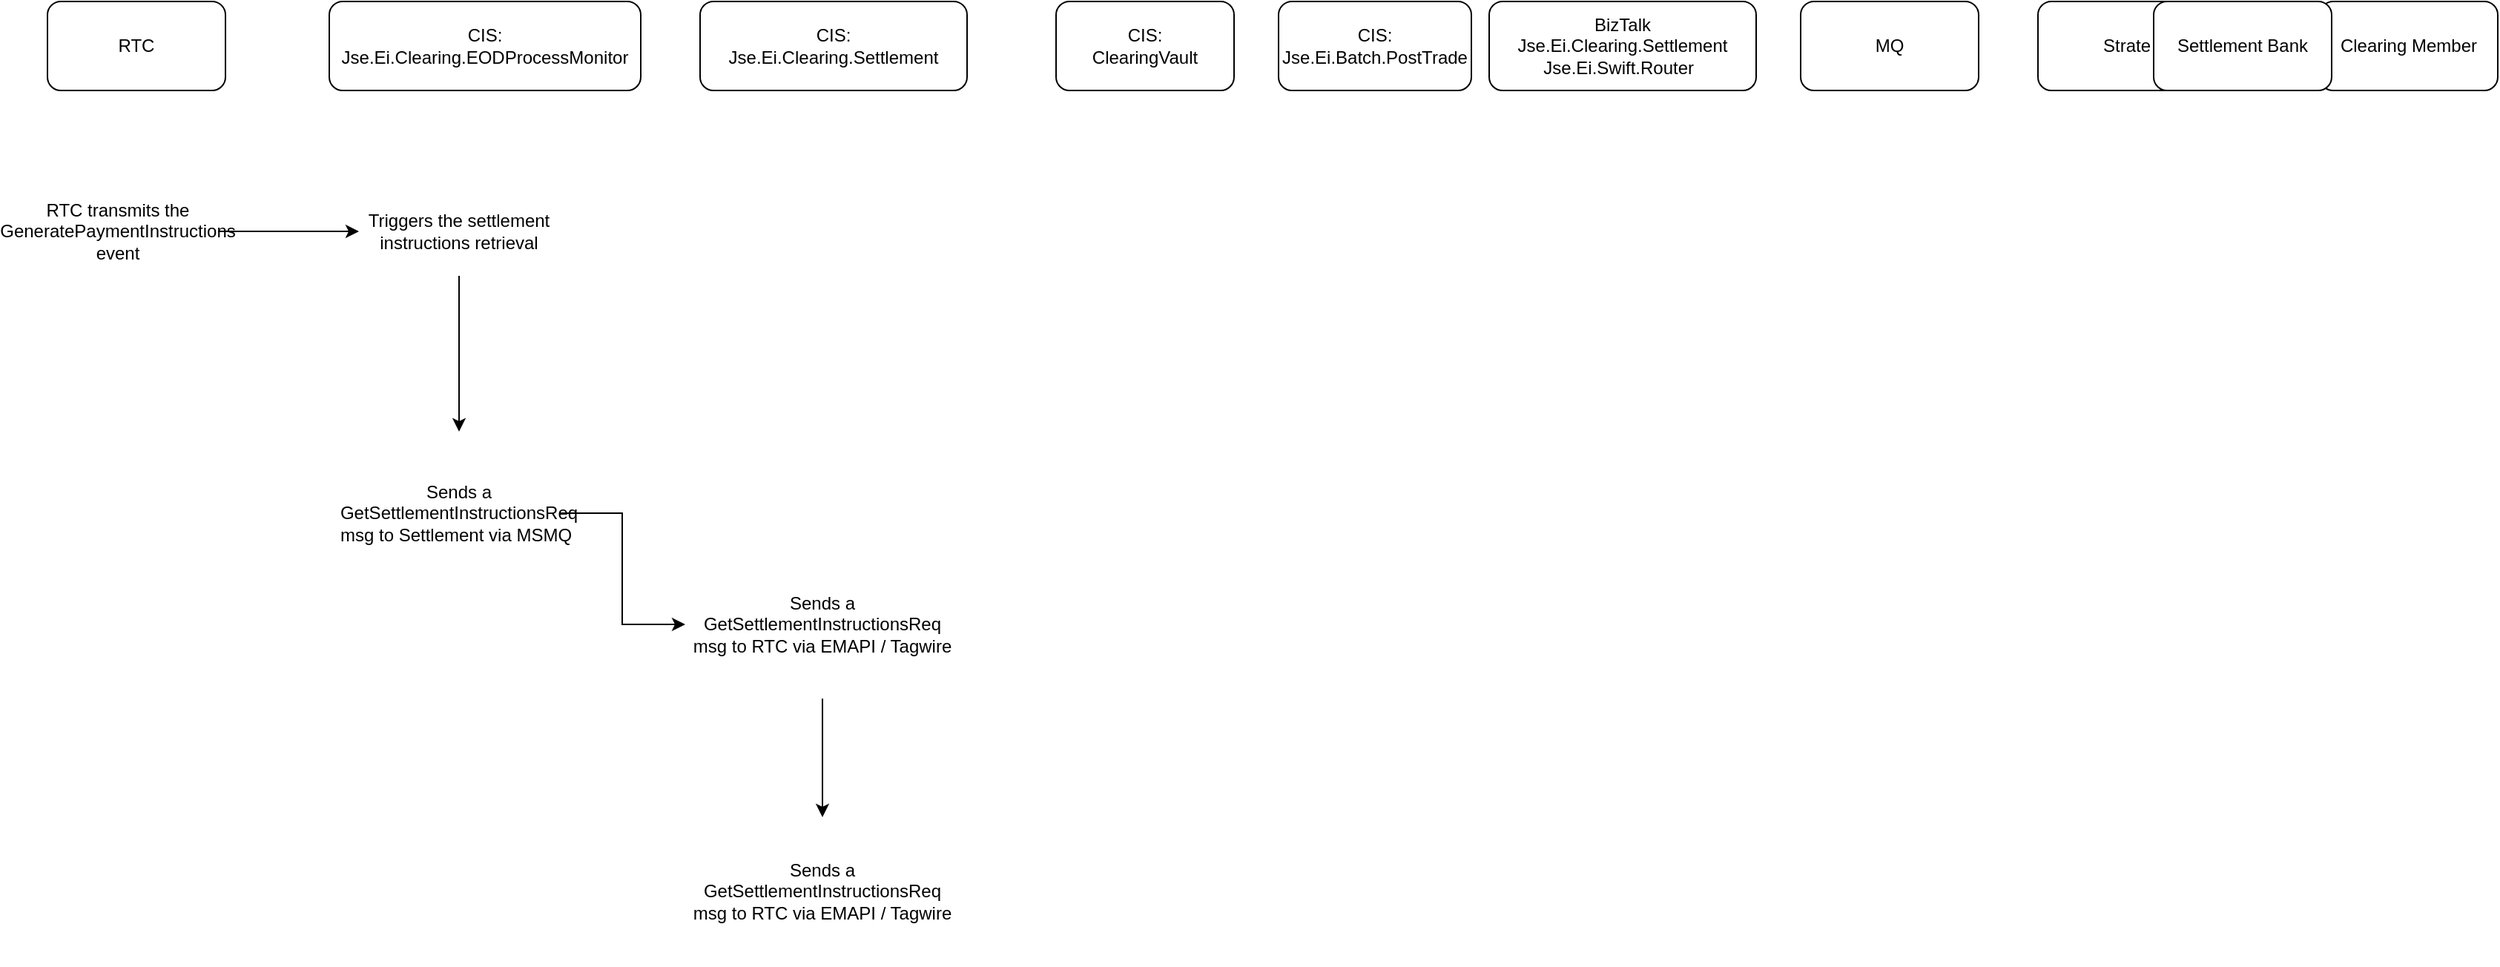
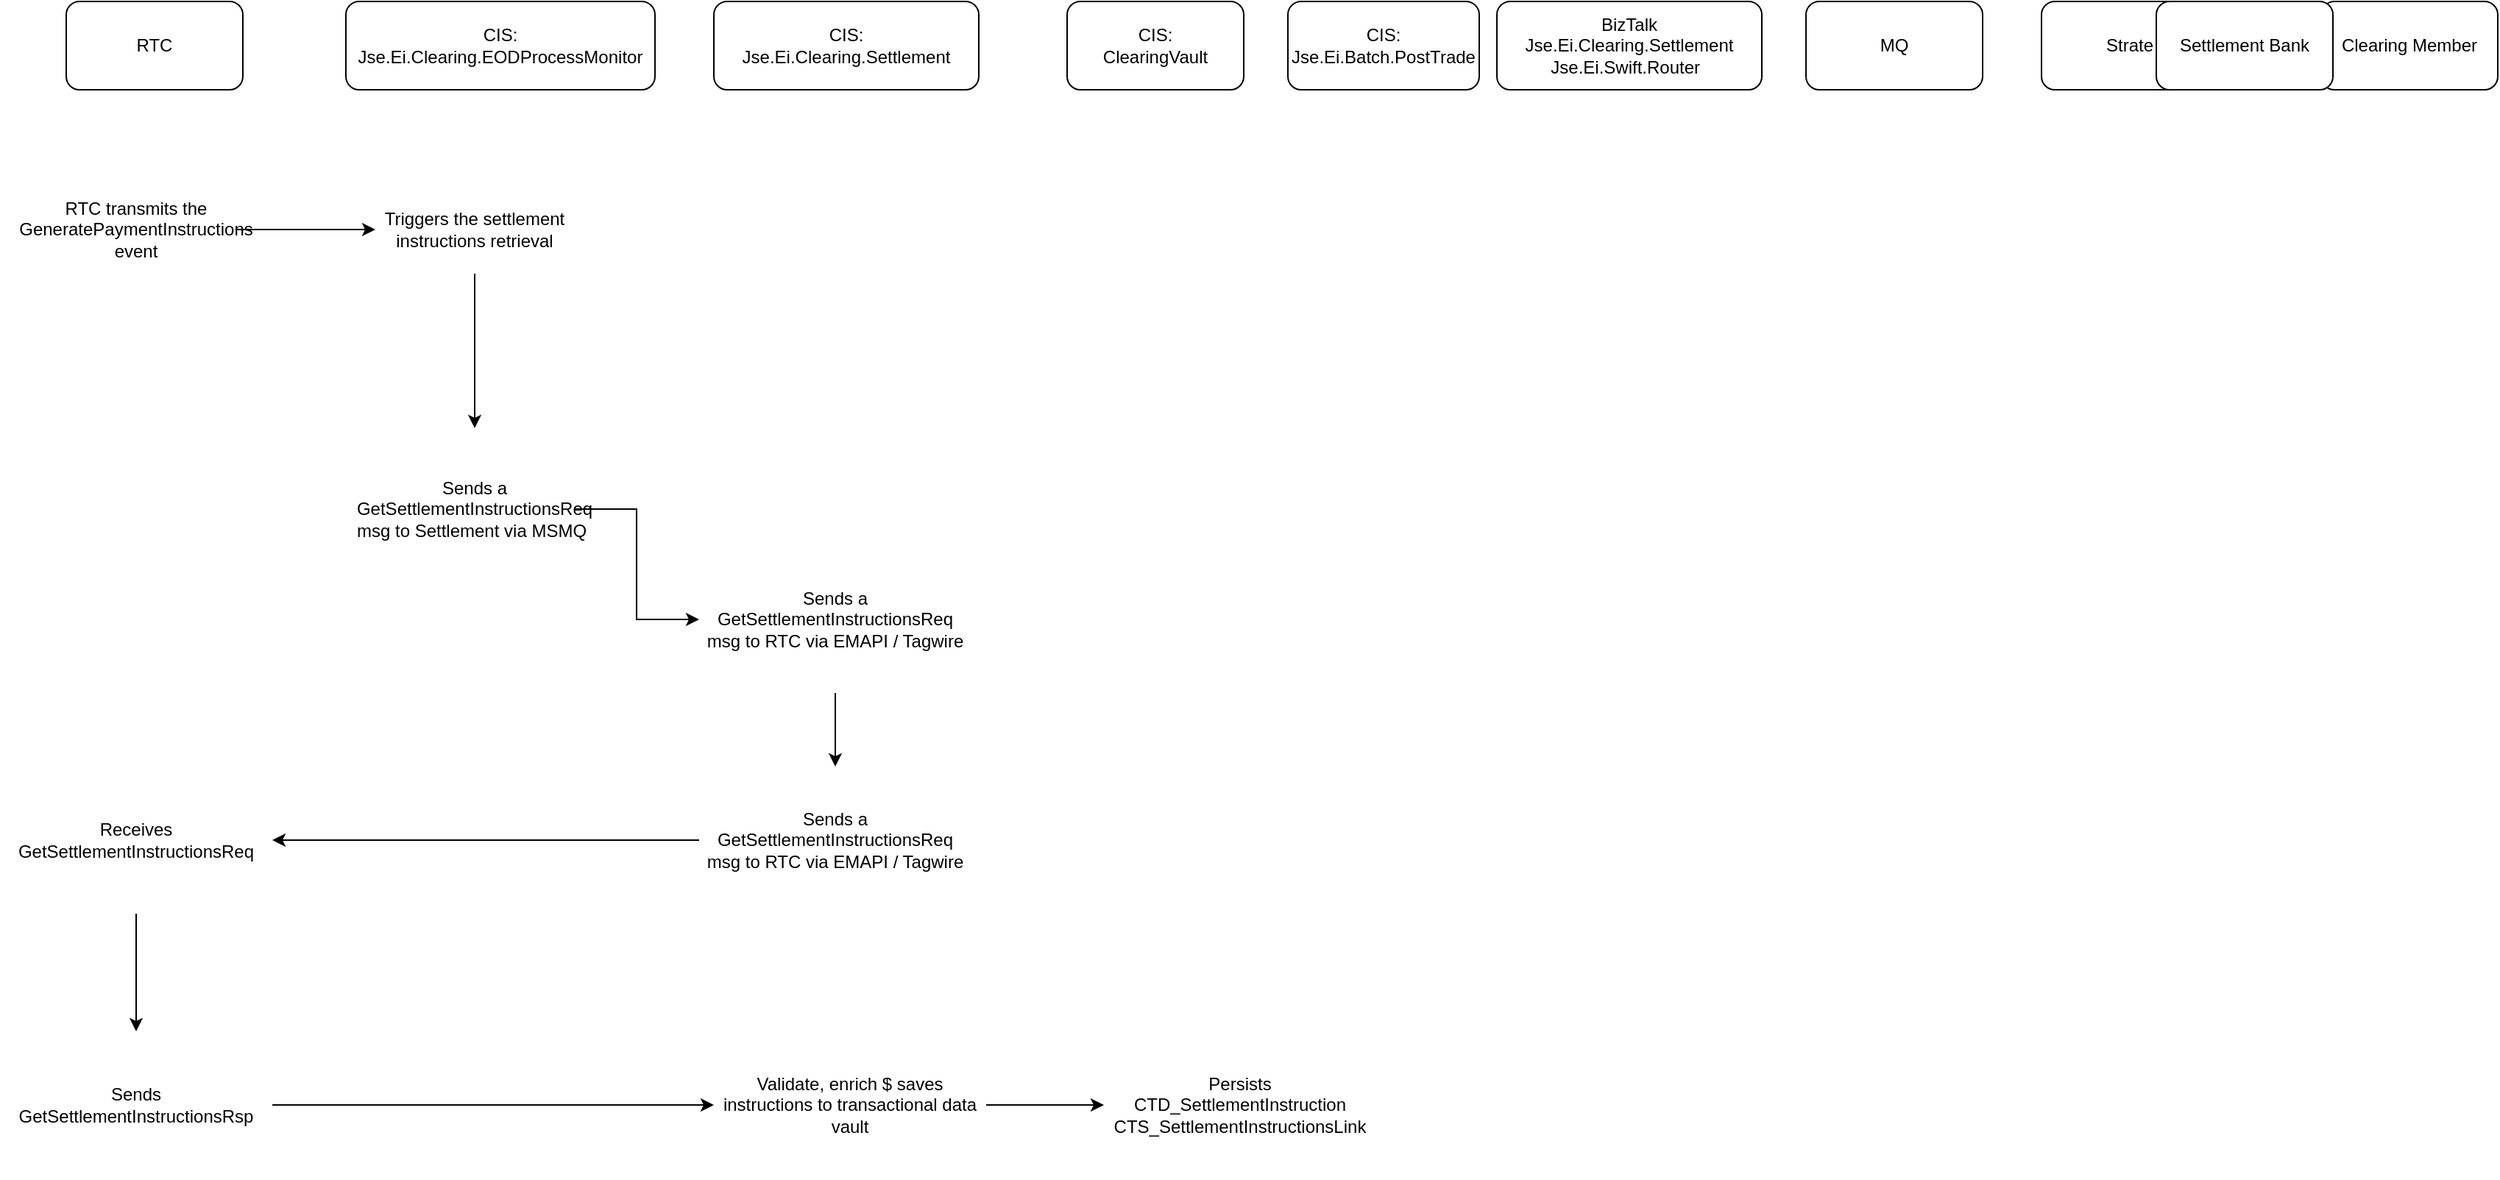
<mxfile host="app.diagrams.net">
  <diagram name="Page-1" id="vidGpl-5MFJZR5KmYKjs">
    <mxGraphModel dx="1406" dy="746" grid="1" gridSize="10" guides="1" tooltips="1" connect="1" arrows="1" fold="1" page="1" pageScale="1" pageWidth="850" pageHeight="1100" math="0" shadow="0">
      <root>
        <mxCell id="0" />
        <mxCell id="1" parent="0" />
        <mxCell id="Y7hr2lu_-T20AjTg2ncd-1" parent="1" style="rounded=1;whiteSpace=wrap;html=1;" value="RTC" vertex="1">
          <mxGeometry height="60" width="120" x="70" y="80" as="geometry" />
        </mxCell>
        <mxCell id="Y7hr2lu_-T20AjTg2ncd-2" parent="1" style="rounded=1;whiteSpace=wrap;html=1;" value="CIS:&lt;div&gt;Jse.Ei.Clearing.Settlement&lt;/div&gt;" vertex="1">
          <mxGeometry height="60" width="180" x="510" y="80" as="geometry" />
        </mxCell>
        <mxCell id="Y7hr2lu_-T20AjTg2ncd-3" parent="1" style="rounded=1;whiteSpace=wrap;html=1;" value="CIS:&lt;div&gt;Jse.Ei.Clearing.EODProcessMonitor&lt;/div&gt;" vertex="1">
          <mxGeometry height="60" width="210" x="260" y="80" as="geometry" />
        </mxCell>
        <mxCell id="Y7hr2lu_-T20AjTg2ncd-4" parent="1" style="rounded=1;whiteSpace=wrap;html=1;" value="BizTalk&lt;div&gt;Jse.Ei.Clearing.Settlement&lt;/div&gt;&lt;div&gt;Jse.Ei.Swift.Router&lt;span style=&quot;white-space: pre;&quot;&gt;&#x9;&lt;/span&gt;&lt;/div&gt;" vertex="1">
          <mxGeometry height="60" width="180" x="1042" y="80" as="geometry" />
        </mxCell>
        <mxCell id="t7a2u7lnhrg4pLDZo-nx-1" parent="1" style="rounded=1;whiteSpace=wrap;html=1;" value="MQ" vertex="1">
          <mxGeometry height="60" width="120" x="1252" y="80" as="geometry" />
        </mxCell>
        <mxCell id="t7a2u7lnhrg4pLDZo-nx-2" parent="1" style="rounded=1;whiteSpace=wrap;html=1;" value="Strate" vertex="1">
          <mxGeometry height="60" width="120" x="1412" y="80" as="geometry" />
        </mxCell>
        <mxCell id="t7a2u7lnhrg4pLDZo-nx-3" parent="1" style="rounded=1;whiteSpace=wrap;html=1;" value="Clearing Member" vertex="1">
          <mxGeometry height="60" width="120" x="1602" y="80" as="geometry" />
        </mxCell>
        <mxCell id="t7a2u7lnhrg4pLDZo-nx-4" parent="1" style="rounded=1;whiteSpace=wrap;html=1;" value="Settlement Bank" vertex="1">
          <mxGeometry height="60" width="120" x="1490" y="80" as="geometry" />
        </mxCell>
        <mxCell id="t7a2u7lnhrg4pLDZo-nx-16" edge="1" parent="1" source="t7a2u7lnhrg4pLDZo-nx-14" style="edgeStyle=orthogonalEdgeStyle;rounded=0;orthogonalLoop=1;jettySize=auto;html=1;" target="t7a2u7lnhrg4pLDZo-nx-15" value="">
          <mxGeometry relative="1" as="geometry" />
        </mxCell>
        <mxCell id="t7a2u7lnhrg4pLDZo-nx-14" parent="1" style="text;html=1;whiteSpace=wrap;strokeColor=none;fillColor=none;align=center;verticalAlign=middle;rounded=0;" value="RTC transmits the GeneratePaymentInstructions event" vertex="1">
          <mxGeometry height="110" width="135" x="50" y="180" as="geometry" />
        </mxCell>
        <mxCell id="t7a2u7lnhrg4pLDZo-nx-18" edge="1" parent="1" source="t7a2u7lnhrg4pLDZo-nx-15" style="edgeStyle=orthogonalEdgeStyle;rounded=0;orthogonalLoop=1;jettySize=auto;html=1;" target="t7a2u7lnhrg4pLDZo-nx-17" value="">
          <mxGeometry relative="1" as="geometry" />
        </mxCell>
        <mxCell id="t7a2u7lnhrg4pLDZo-nx-15" parent="1" style="text;html=1;whiteSpace=wrap;strokeColor=none;fillColor=none;align=center;verticalAlign=middle;rounded=0;" value="Triggers the settlement instructions retrieval" vertex="1">
          <mxGeometry height="60" width="135" x="280" y="205" as="geometry" />
        </mxCell>
        <mxCell id="t7a2u7lnhrg4pLDZo-nx-20" edge="1" parent="1" source="t7a2u7lnhrg4pLDZo-nx-17" style="edgeStyle=orthogonalEdgeStyle;rounded=0;orthogonalLoop=1;jettySize=auto;html=1;" target="t7a2u7lnhrg4pLDZo-nx-19" value="">
          <mxGeometry relative="1" as="geometry" />
        </mxCell>
        <mxCell id="t7a2u7lnhrg4pLDZo-nx-17" parent="1" style="text;html=1;whiteSpace=wrap;strokeColor=none;fillColor=none;align=center;verticalAlign=middle;rounded=0;labelBackgroundColor=light-dark(default, #1c1c1c);" value="Sends a GetSettlementInstructionsReq msg to Settlement via MSMQ&lt;span style=&quot;white-space: pre;&quot;&gt;&#x9;&lt;/span&gt;" vertex="1">
          <mxGeometry height="110" width="135" x="280" y="370" as="geometry" />
        </mxCell>
        <mxCell id="t7a2u7lnhrg4pLDZo-nx-23" edge="1" parent="1" source="t7a2u7lnhrg4pLDZo-nx-19" style="edgeStyle=orthogonalEdgeStyle;rounded=0;orthogonalLoop=1;jettySize=auto;html=1;" target="t7a2u7lnhrg4pLDZo-nx-22" value="">
          <mxGeometry relative="1" as="geometry" />
        </mxCell>
        <mxCell id="t7a2u7lnhrg4pLDZo-nx-19" parent="1" style="text;html=1;whiteSpace=wrap;strokeColor=none;fillColor=none;align=center;verticalAlign=middle;rounded=0;labelBackgroundColor=light-dark(default, #1c1c1c);" value="Sends a GetSettlementInstructionsReq msg to RTC via EMAPI / Tagwire" vertex="1">
          <mxGeometry height="100" width="185" x="500" y="450" as="geometry" />
        </mxCell>
        <mxCell id="t7a2u7lnhrg4pLDZo-nx-21" parent="1" style="rounded=1;whiteSpace=wrap;html=1;" value="CIS:&lt;div&gt;ClearingVault&lt;/div&gt;" vertex="1">
          <mxGeometry height="60" width="120" x="750" y="80" as="geometry" />
        </mxCell>
+         <mxCell id="t7a2u7lnhrg4pLDZo-nx-26" edge="1" parent="1" source="t7a2u7lnhrg4pLDZo-nx-22" style="edgeStyle=orthogonalEdgeStyle;rounded=0;orthogonalLoop=1;jettySize=auto;html=1;" target="t7a2u7lnhrg4pLDZo-nx-25" value="">
+           <mxGeometry relative="1" as="geometry" />
+         </mxCell>
        <mxCell id="t7a2u7lnhrg4pLDZo-nx-22" parent="1" style="text;html=1;whiteSpace=wrap;strokeColor=none;fillColor=none;align=center;verticalAlign=middle;rounded=0;labelBackgroundColor=light-dark(default, #1c1c1c);" value="Sends a GetSettlementInstructionsReq msg to RTC via EMAPI / Tagwire" vertex="1">
-           <mxGeometry height="100" width="185" x="500" y="630" as="geometry" />
+           <mxGeometry height="100" width="185" x="500" y="600" as="geometry" />
        </mxCell>
        <mxCell id="t7a2u7lnhrg4pLDZo-nx-24" parent="1" style="rounded=1;whiteSpace=wrap;html=1;" value="CIS:&lt;div&gt;Jse.Ei.Batch.PostTrade&lt;/div&gt;" vertex="1">
          <mxGeometry height="60" width="130" x="900" y="80" as="geometry" />
+         </mxCell>
+         <mxCell id="t7a2u7lnhrg4pLDZo-nx-28" edge="1" parent="1" source="t7a2u7lnhrg4pLDZo-nx-25" style="edgeStyle=orthogonalEdgeStyle;rounded=0;orthogonalLoop=1;jettySize=auto;html=1;" target="t7a2u7lnhrg4pLDZo-nx-27" value="">
+           <mxGeometry relative="1" as="geometry" />
+         </mxCell>
+         <mxCell id="t7a2u7lnhrg4pLDZo-nx-25" parent="1" style="text;html=1;whiteSpace=wrap;strokeColor=none;fillColor=none;align=center;verticalAlign=middle;rounded=0;labelBackgroundColor=light-dark(default, #1c1c1c);" value="Receives GetSettlementInstructionsReq" vertex="1">
+           <mxGeometry height="100" width="185" x="25" y="600" as="geometry" />
+         </mxCell>
+         <mxCell id="t7a2u7lnhrg4pLDZo-nx-30" edge="1" parent="1" source="t7a2u7lnhrg4pLDZo-nx-27" style="edgeStyle=orthogonalEdgeStyle;rounded=0;orthogonalLoop=1;jettySize=auto;html=1;" target="t7a2u7lnhrg4pLDZo-nx-29" value="">
+           <mxGeometry relative="1" as="geometry" />
+         </mxCell>
+         <mxCell id="t7a2u7lnhrg4pLDZo-nx-27" parent="1" style="text;html=1;whiteSpace=wrap;strokeColor=none;fillColor=none;align=center;verticalAlign=middle;rounded=0;labelBackgroundColor=light-dark(default, #1c1c1c);" value="Sends GetSettlementInstructionsRsp" vertex="1">
+           <mxGeometry height="100" width="185" x="25" y="780" as="geometry" />
+         </mxCell>
+         <mxCell id="t7a2u7lnhrg4pLDZo-nx-32" edge="1" parent="1" source="t7a2u7lnhrg4pLDZo-nx-29" style="edgeStyle=orthogonalEdgeStyle;rounded=0;orthogonalLoop=1;jettySize=auto;html=1;" target="t7a2u7lnhrg4pLDZo-nx-31" value="">
+           <mxGeometry relative="1" as="geometry" />
+         </mxCell>
+         <mxCell id="t7a2u7lnhrg4pLDZo-nx-29" parent="1" style="text;html=1;whiteSpace=wrap;strokeColor=none;fillColor=none;align=center;verticalAlign=middle;rounded=0;labelBackgroundColor=light-dark(default, #1c1c1c);" value="&lt;div&gt;Validate, enrich $ s&lt;span style=&quot;background-color: initial; color: light-dark(rgb(0, 0, 0), rgb(255, 255, 255));&quot;&gt;aves instructions to transactional data vault&lt;/span&gt;&lt;/div&gt;" vertex="1">
+           <mxGeometry height="100" width="185" x="510" y="780" as="geometry" />
+         </mxCell>
+         <mxCell id="t7a2u7lnhrg4pLDZo-nx-31" parent="1" style="text;html=1;whiteSpace=wrap;strokeColor=none;fillColor=none;align=center;verticalAlign=middle;rounded=0;labelBackgroundColor=light-dark(default, #1c1c1c);" value="Persists&lt;div&gt;CTD_SettlementInstruction&lt;/div&gt;&lt;div&gt;CTS_SettlementInstructionsLink&lt;/div&gt;" vertex="1">
+           <mxGeometry height="100" width="185" x="775" y="780" as="geometry" />
        </mxCell>
      </root>
    </mxGraphModel>
  </diagram>
</mxfile>
